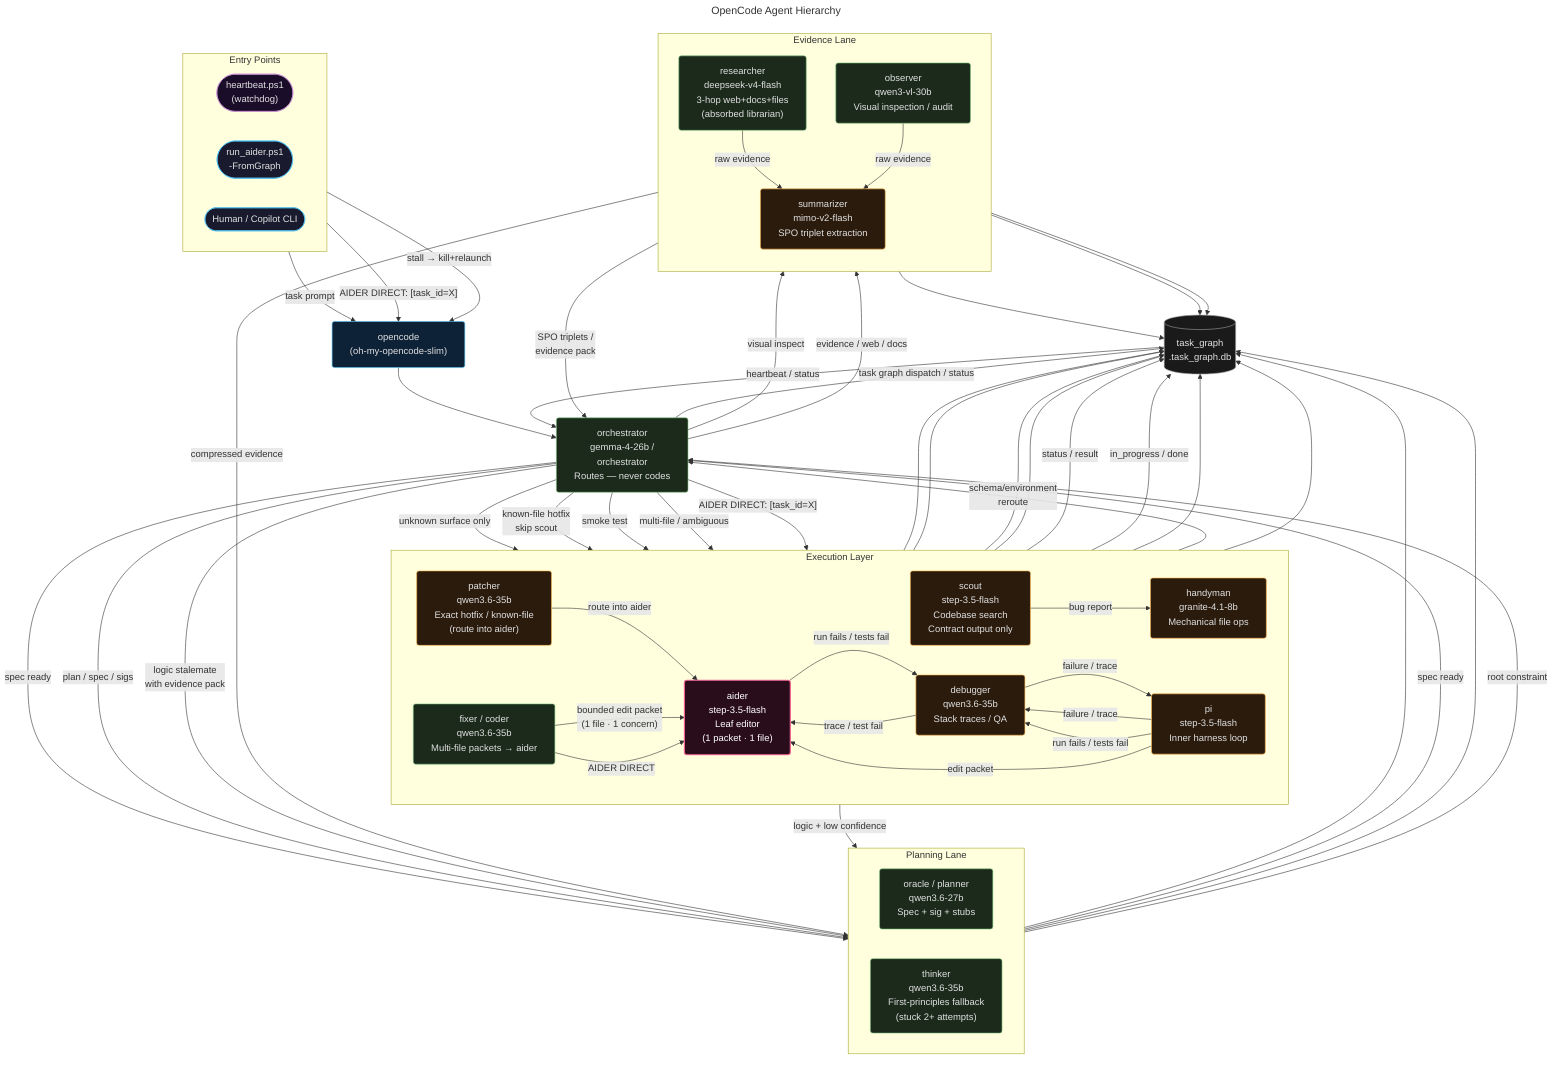
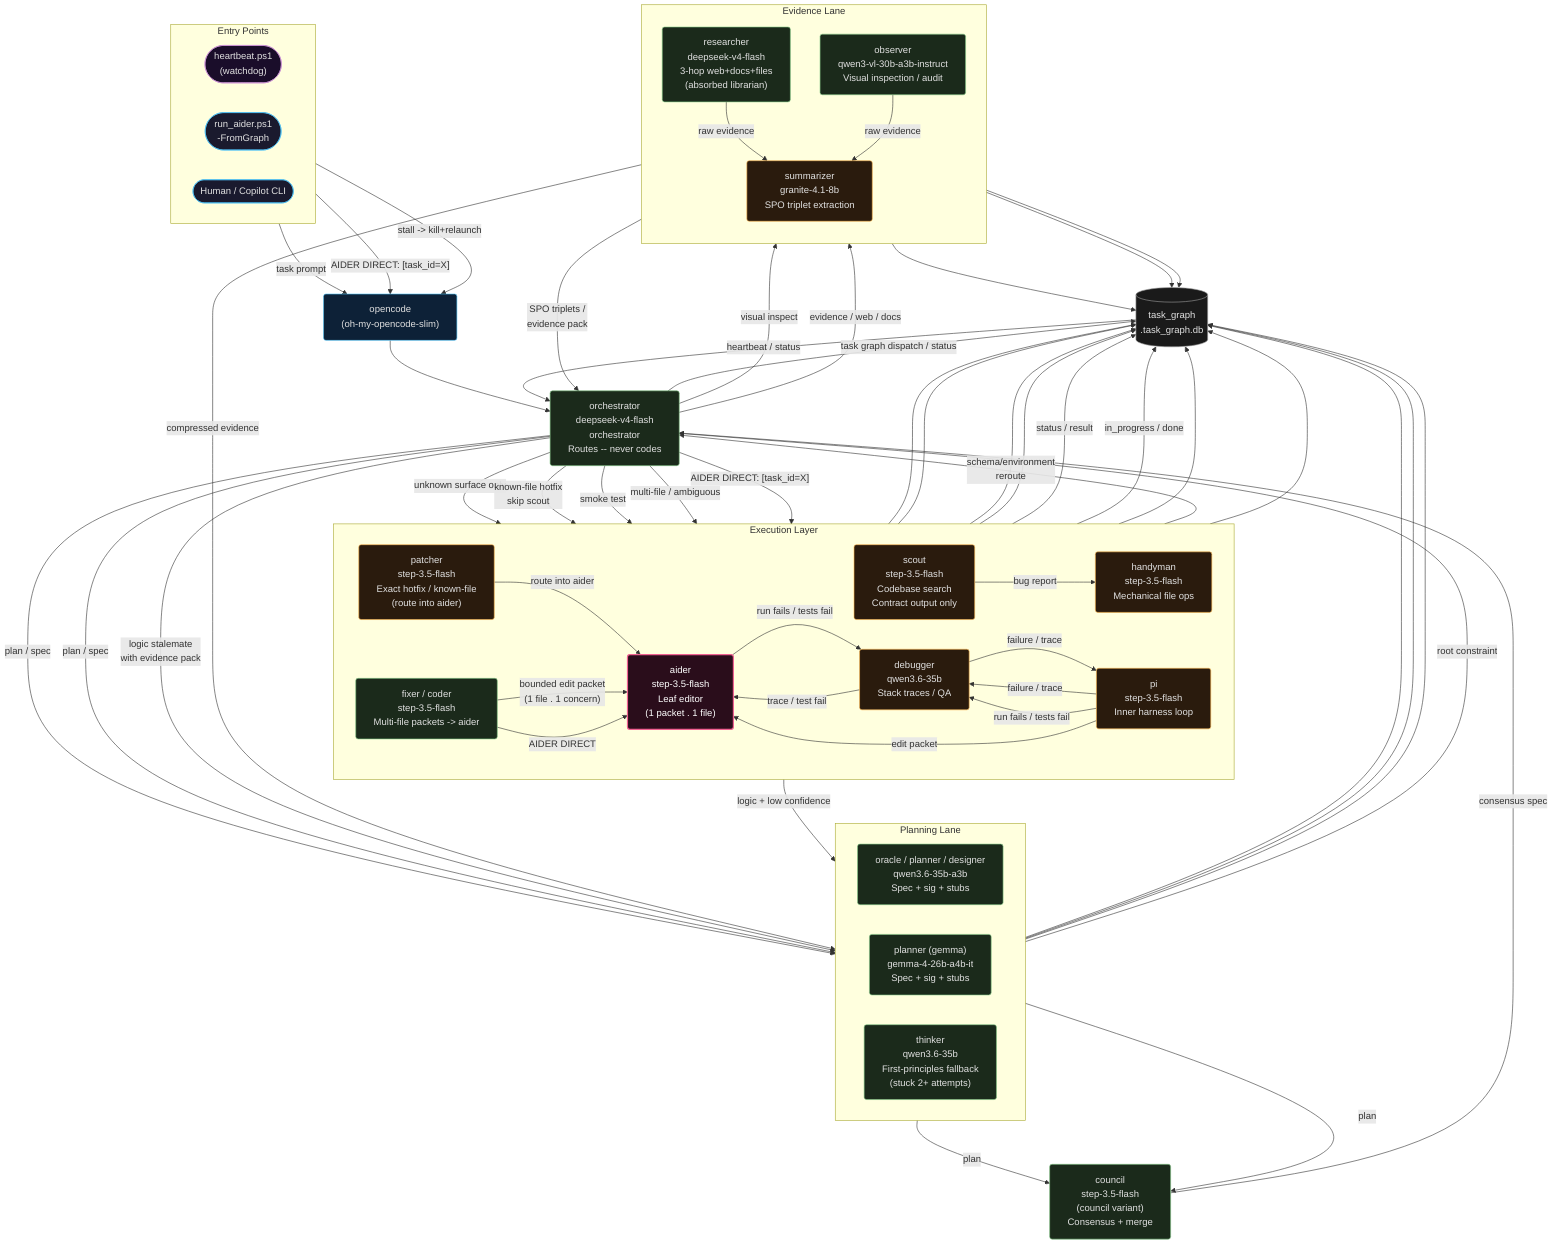
- ---
- title: OpenCode Agent Hierarchy
- ---
- flowchart TD
+ ﻿flowchart TD
    subgraph ENTRIES ["Entry Points"]
        direction LR
        HB(["heartbeat.ps1\n(watchdog)"])
        RAG(["run_aider.ps1\n-FromGraph"])
        HUMAN(["Human / Copilot CLI"])
    end

    OC["opencode\n(oh-my-opencode-slim)"]
-     ORCH["orchestrator\ngemma-4-26b / \norchestrator\nRoutes — never codes"]
+     ORCH["orchestrator\ndeepseek-v4-flash\norchestrator\nRoutes -- never codes"]
    DB[("task_graph\n.task_graph.db")]
+     COUNCIL["council\nstep-3.5-flash\n(council variant)\nConsensus + merge"]

    subgraph EXEC ["Execution Layer"]
        direction LR
        SCOUT["scout\nstep-3.5-flash\nCodebase search\nContract output only"]
-         PATCHER["patcher\nqwen3.6-35b\nExact hotfix / known-file\n(route into aider)"]
+         PATCHER["patcher\nstep-3.5-flash\nExact hotfix / known-file\n(route into aider)"]
        PI["pi\nstep-3.5-flash\nInner harness loop"]
-         FIXER["fixer / coder\nqwen3.6-35b\nMulti-file packets → aider"]
-         AIDER["aider\nstep-3.5-flash\nLeaf editor\n(1 packet · 1 file)"]
+         FIXER["fixer / coder\nstep-3.5-flash\nMulti-file packets -> aider"]
+         AIDER["aider\nstep-3.5-flash\nLeaf editor\n(1 packet . 1 file)"]
        DEBUGGER["debugger\nqwen3.6-35b\nStack traces / QA"]
-         HANDYMAN["handyman\ngranite-4.1-8b\nMechanical file ops"]
+         HANDYMAN["handyman\nstep-3.5-flash\nMechanical file ops"]
    end

    subgraph PLAN ["Planning Lane"]
        direction LR
-         ORACLE["oracle / planner\nqwen3.6-27b\nSpec + sig + stubs"]
+         ORACLE["oracle / planner / designer\nqwen3.6-35b-a3b\nSpec + sig + stubs"]
+         GEMMA_PLANNER["planner (gemma)\ngemma-4-26b-a4b-it\nSpec + sig + stubs"]
        THINKER["thinker\nqwen3.6-35b\nFirst-principles fallback\n(stuck 2+ attempts)"]
    end

    subgraph EVIDENCE ["Evidence Lane"]
        direction TB
-         OBSERVER["observer\nqwen3-vl-30b\nVisual inspection / audit"]
+         OBSERVER["observer\nqwen3-vl-30b-a3b-instruct\nVisual inspection / audit"]
        RESEARCHER["researcher\ndeepseek-v4-flash\n3-hop web+docs+files\n(absorbed librarian)"]
-         SUMMARIZER["summarizer\nmimo-v2-flash\nSPO triplet extraction"]
+         SUMMARIZER["summarizer\ngranite-4.1-8b\nSPO triplet extraction"]
    end

    HUMAN -->|"task prompt"| OC
    RAG -->|"AIDER DIRECT: [task_id=X]"| OC
-     HB -->|"stall → kill+relaunch"| OC
+     HB -->|"stall -> kill+relaunch"| OC
    OC --> ORCH
    ORCH -->|"task graph dispatch / status"| DB

    ORCH -->|"unknown surface only"| SCOUT
    ORCH -->|"known-file hotfix\nskip scout"| PATCHER
    ORCH -->|"smoke test"| PI
    ORCH -->|"multi-file / ambiguous"| FIXER
-     ORCH -->|"spec ready"| ORACLE
-     ORCH -->|"plan / spec / sigs"| ORACLE
+     ORCH -->|"plan / spec"| ORACLE
+     ORCH -->|"plan / spec"| GEMMA_PLANNER
    ORCH -->|"logic stalemate\nwith evidence pack"| THINKER
    ORCH -->|"visual inspect"| OBSERVER
    ORCH -->|"evidence / web / docs"| RESEARCHER
    ORCH -->|"AIDER DIRECT: [task_id=X]"| AIDER

    SCOUT --> DB
    SCOUT -->|"bug report"| HANDYMAN
    PATCHER --> DB
    PATCHER -->|"route into aider"| AIDER
    PI -->|"failure / trace"| DEBUGGER
    PI -->|"run fails / tests fail"| DEBUGGER
    PI -->|"edit packet"| AIDER
    PI --> DB
    FIXER --> DB
    FIXER -->|"status / result"| DB
-     FIXER -->|"bounded edit packet\n(1 file · 1 concern)"| AIDER
+     FIXER -->|"bounded edit packet\n(1 file . 1 concern)"| AIDER
    FIXER -->|"AIDER DIRECT"| AIDER
    AIDER -->|"in_progress / done"| DB
    AIDER -->|"run fails / tests fail"| DEBUGGER
    DEBUGGER --> DB
    DEBUGGER -->|"failure / trace"| PI
    DEBUGGER -->|"trace / test fail"| AIDER
    DEBUGGER -->|"schema/environment\nreroute"| ORCH
    DEBUGGER -->|"logic + low confidence"| THINKER
    ORACLE --> DB
-     ORACLE -->|"spec ready"| ORCH
+     ORACLE -->|"plan"| COUNCIL
+     GEMMA_PLANNER --> DB
+     GEMMA_PLANNER -->|"plan"| COUNCIL
+     COUNCIL -->|"consensus spec"| ORCH
    THINKER --> DB
    THINKER -->|"root constraint"| ORCH
    RESEARCHER --> DB
    RESEARCHER -->|"raw evidence"| SUMMARIZER
    SUMMARIZER --> DB
    SUMMARIZER -->|"SPO triplets /\nevidence pack"| ORCH
    SUMMARIZER -->|"compressed evidence"| THINKER
    OBSERVER --> DB
    OBSERVER -->|"raw evidence"| SUMMARIZER
    HANDYMAN --> DB
    DB -->|"heartbeat / status"| ORCH

    classDef entry fill:#1a1a2e,stroke:#4fc3f7,color:#e0e0e0,rx:8
    classDef shell fill:#0d2137,stroke:#4fc3f7,color:#e0e0e0,rx:4
    classDef primary fill:#1b2a1b,stroke:#81c784,color:#e0e0e0,rx:4
    classDef subagent fill:#2a1b0d,stroke:#ffb74d,color:#e0e0e0,rx:4
    classDef leaf fill:#2a0d1b,stroke:#f06292,color:#ffffff,rx:4,stroke-width:2px
    classDef db fill:#1a1a1a,stroke:#9e9e9e,color:#e0e0e0
    classDef watchdog fill:#1a0d2a,stroke:#ce93d8,color:#e0e0e0,rx:8

    class HUMAN,RAG entry
    class HB watchdog
    class OC shell
-     class ORCH,ORACLE,THINKER,OBSERVER,RESEARCHER,FIXER primary
+     class ORCH,ORACLE,GEMMA_PLANNER,THINKER,OBSERVER,RESEARCHER,FIXER,COUNCIL primary
    class SCOUT,PATCHER,PI,DEBUGGER,HANDYMAN,SUMMARIZER subagent
    class AIDER leaf
    class DB db
+ 
+ 
+ 
